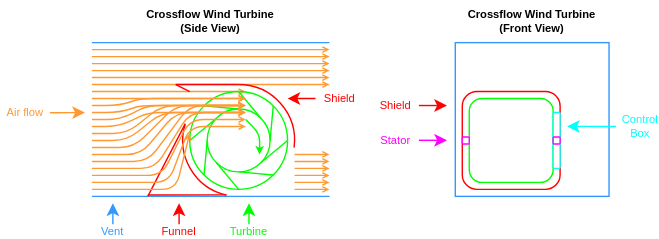
dennuguyen/desn2000 keeps this draw.io diagram as prototype/cross-flow-sketch.drawio.svg. Above is the earlier version. Source tidied: cells renumbered, new cells last; positions are measured from the earlier drawing's top-left corner, leaving out a move shared by most shapes.
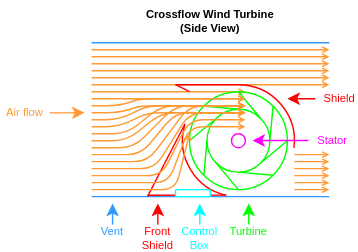
Later version of the same file.

Diff of the diagram source:
```diff
@@ -8,9 +8,6 @@
         <mxPoint x="235" y="60" as="targetPoint" />
       </mxGeometry>
     </mxCell>
-    <mxCell id="3" style="rounded=1;whiteSpace=wrap;html=1;strokeColor=#00FF00;fillColor=none;" parent="1" vertex="1">
-      <mxGeometry x="335" y="70" width="60" height="60" as="geometry" />
-    </mxCell>
     <mxCell id="4" style="endArrow=none;html=1;fontColor=#FF0000;strokeColor=#3399FF;" parent="1" edge="1">
       <mxGeometry relative="1" as="geometry">
         <mxPoint x="65" y="30" as="sourcePoint" />
@@ -28,12 +25,12 @@
     </mxCell>
     <mxCell id="7" style="endArrow=classic;html=1;fontColor=none;strokeColor=#FF0000;" parent="1" edge="1">
       <mxGeometry relative="1" as="geometry">
-        <mxPoint x="127.4" y="160" as="sourcePoint" />
-        <mxPoint x="127.4" y="145" as="targetPoint" />
+        <mxPoint x="112.4" y="160" as="sourcePoint" />
+        <mxPoint x="112.4" y="145" as="targetPoint" />
       </mxGeometry>
     </mxCell>
-    <mxCell id="8" value="Funnel" style="text;html=1;strokeColor=none;fillColor=none;align=center;verticalAlign=middle;whiteSpace=wrap;rounded=0;fontColor=#FF0000;fontSize=8;" parent="1" vertex="1">
-      <mxGeometry x="115" y="160" width="25" height="10" as="geometry" />
+    <mxCell id="8" value="Front Shield" style="text;html=1;strokeColor=none;fillColor=none;align=center;verticalAlign=middle;whiteSpace=wrap;rounded=0;fontColor=#FF0000;fontSize=8;" parent="1" vertex="1">
+      <mxGeometry x="100" y="165" width="25" height="10" as="geometry" />
     </mxCell>
     <mxCell id="9" value="Crossflow Wind Turbine (Side View)" style="text;html=1;strokeColor=none;fillColor=none;align=center;verticalAlign=middle;whiteSpace=wrap;rounded=0;fontSize=8;fontColor=none;fontStyle=1;" parent="1" vertex="1">
       <mxGeometry x="100" width="100" height="30" as="geometry" />
@@ -115,21 +112,21 @@
     <mxCell id="28" style="endArrow=none;html=1;strokeColor=#00FF00;entryX=1;entryY=0;entryDx=0;entryDy=0;exitX=1;exitY=0.5;exitDx=0;exitDy=0;" parent="18" edge="1" source="20" target="19">
       <mxGeometry relative="1" as="geometry" />
     </mxCell>
-    <mxCell id="29" style="endArrow=classic;startArrow=none;html=1;strokeColor=#00FF00;startFill=0;startSize=3;endSize=3;" parent="18" edge="1">
-      <mxGeometry relative="1" as="geometry">
-        <mxPoint x="40" y="20" as="sourcePoint" />
-        <mxPoint x="50" y="45" as="targetPoint" />
-        <Array as="points">
-          <mxPoint x="50" y="30" />
-        </Array>
-      </mxGeometry>
-    </mxCell>
     <mxCell id="30" style="verticalLabelPosition=bottom;verticalAlign=top;html=1;shape=mxgraph.basic.arc;startAngle=0;endAngle=0.27057475591248675;strokeColor=#FF0000;fillColor=none;" parent="18" vertex="1">
       <mxGeometry x="-5" y="-5" width="80" height="80" as="geometry" />
     </mxCell>
     <mxCell id="31" style="verticalLabelPosition=bottom;verticalAlign=top;html=1;shape=mxgraph.basic.arc;startAngle=0.5344316856493291;endAngle=0.7962362172629888;strokeColor=#FF0000;fillColor=none;" parent="18" vertex="1">
       <mxGeometry x="-5" y="-5" width="80" height="80" as="geometry" />
     </mxCell>
+    <mxCell id="73" style="ellipse;whiteSpace=wrap;html=1;strokeColor=#FF00FF;" parent="18" vertex="1">
+      <mxGeometry x="30" y="30" width="10" height="10" as="geometry" />
+    </mxCell>
+    <mxCell id="50" style="endArrow=classic;html=1;fontColor=#00FFFF;strokeColor=#FF00FF;" parent="18" edge="1">
+      <mxGeometry relative="1" as="geometry">
+        <mxPoint x="85" y="34.9" as="sourcePoint" />
+        <mxPoint x="45" y="34.9" as="targetPoint" />
+      </mxGeometry>
+    </mxCell>
     <mxCell id="32" style="endArrow=open;html=1;fontColor=none;endFill=0;strokeWidth=1;startSize=3;endSize=3;strokeColor=#FF9933;" parent="1" edge="1">
       <mxGeometry relative="1" as="geometry">
         <mxPoint x="65" y="75" as="sourcePoint" />
@@ -247,38 +244,20 @@
         </Array>
       </mxGeometry>
     </mxCell>
-    <mxCell id="43" style="rounded=0;whiteSpace=wrap;html=1;strokeColor=#3399FF;fillColor=none;" parent="1" vertex="1">
-      <mxGeometry x="325" y="30" width="110" height="110" as="geometry" />
-    </mxCell>
-    <mxCell id="44" value="Crossflow Wind Turbine (Front View)" style="text;html=1;strokeColor=none;fillColor=none;align=center;verticalAlign=middle;whiteSpace=wrap;rounded=0;fontSize=8;fontColor=none;fontStyle=1;" parent="1" vertex="1">
-      <mxGeometry x="330" width="100" height="30" as="geometry" />
-    </mxCell>
-    <mxCell id="45" style="rounded=1;whiteSpace=wrap;html=1;strokeColor=#FF0000;fillColor=none;" parent="1" vertex="1">
-      <mxGeometry x="330" y="65" width="70" height="70" as="geometry" />
-    </mxCell>
     <mxCell id="46" style="rounded=1;whiteSpace=wrap;html=1;strokeColor=#00FFFF;" parent="1" vertex="1">
-      <mxGeometry x="395" y="80" width="5" height="40" as="geometry" />
+      <mxGeometry x="125" y="135" width="25" height="5" as="geometry" />
     </mxCell>
     <mxCell id="47" style="endArrow=classic;html=1;fontColor=#00FFFF;strokeColor=#00FFFF;" parent="1" edge="1">
       <mxGeometry relative="1" as="geometry">
-        <mxPoint x="440" y="90" as="sourcePoint" />
-        <mxPoint x="405" y="89.9" as="targetPoint" />
+        <mxPoint x="142.4" y="160" as="sourcePoint" />
+        <mxPoint x="142.4" y="145" as="targetPoint" />
       </mxGeometry>
     </mxCell>
     <mxCell id="48" value="Control Box" style="text;html=1;strokeColor=none;fillColor=none;align=center;verticalAlign=middle;whiteSpace=wrap;rounded=0;fontColor=#00FFFF;fontSize=8;" parent="1" vertex="1">
-      <mxGeometry x="445" y="85" width="25" height="10" as="geometry" />
+      <mxGeometry x="130" y="165" width="25" height="10" as="geometry" />
     </mxCell>
-    <mxCell id="49" style="rounded=1;whiteSpace=wrap;html=1;fontColor=#00FFFF;strokeColor=#FF00FF;" parent="1" vertex="1">
-      <mxGeometry x="330" y="97.5" width="5" height="5" as="geometry" />
-    </mxCell>
-    <mxCell id="50" style="endArrow=classic;html=1;fontColor=#00FFFF;strokeColor=#FF00FF;" parent="1" edge="1">
-      <mxGeometry relative="1" as="geometry">
-        <mxPoint x="299" y="99.9" as="sourcePoint" />
-        <mxPoint x="319" y="99.9" as="targetPoint" />
-      </mxGeometry>
-    </mxCell>
     <mxCell id="51" value="Stator" style="text;html=1;strokeColor=none;fillColor=none;align=center;verticalAlign=middle;whiteSpace=wrap;rounded=0;fontColor=#FF00FF;fontSize=8;" parent="1" vertex="1">
-      <mxGeometry x="270" y="95" width="25" height="10" as="geometry" />
+      <mxGeometry x="225" y="95" width="25" height="10" as="geometry" />
     </mxCell>
     <mxCell id="52" style="endArrow=open;html=1;fontColor=none;endFill=0;strokeWidth=1;startSize=3;endSize=3;strokeColor=#FF9933;" parent="1" edge="1">
       <mxGeometry relative="1" as="geometry">
@@ -322,18 +301,6 @@
     <mxCell id="58" value="Shield" style="text;html=1;strokeColor=none;fillColor=none;align=center;verticalAlign=middle;whiteSpace=wrap;rounded=0;fontColor=#FF0000;fontSize=8;" parent="1" vertex="1">
       <mxGeometry x="230" y="65" width="25" height="10" as="geometry" />
     </mxCell>
-    <mxCell id="59" style="rounded=1;whiteSpace=wrap;html=1;fontColor=#00FFFF;strokeColor=#FF00FF;" parent="1" vertex="1">
-      <mxGeometry x="395" y="97.5" width="5" height="5" as="geometry" />
-    </mxCell>
-    <mxCell id="60" value="Shield" style="text;html=1;strokeColor=none;fillColor=none;align=center;verticalAlign=middle;whiteSpace=wrap;rounded=0;fontColor=#FF0000;fontSize=8;" parent="1" vertex="1">
-      <mxGeometry x="270" y="70" width="25" height="10" as="geometry" />
-    </mxCell>
-    <mxCell id="61" style="endArrow=classic;html=1;fontColor=#00FFFF;strokeColor=#FF0000;" parent="1" edge="1">
-      <mxGeometry relative="1" as="geometry">
-        <mxPoint x="299" y="75" as="sourcePoint" />
-        <mxPoint x="319" y="75" as="targetPoint" />
-      </mxGeometry>
-    </mxCell>
     <mxCell id="62" style="endArrow=open;html=1;fontColor=none;endFill=0;strokeWidth=1;startSize=3;endSize=3;strokeColor=#FF9933;" parent="1" edge="1">
       <mxGeometry relative="1" as="geometry">
         <mxPoint x="210" y="110" as="sourcePoint" />
```
